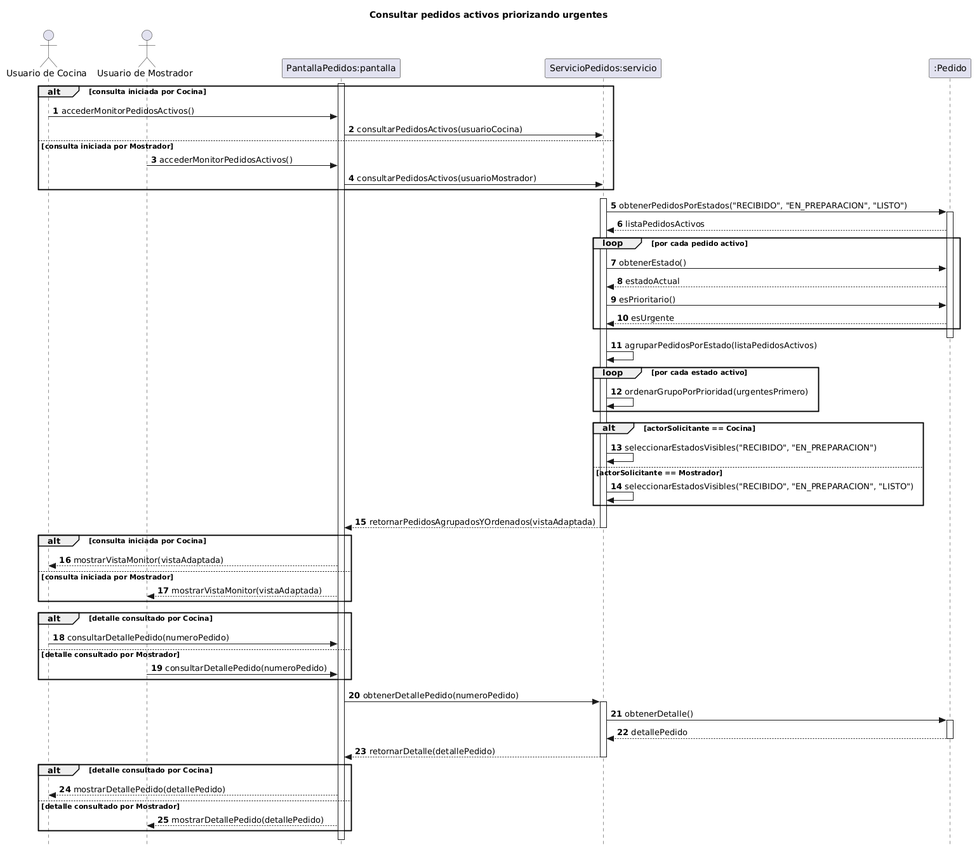
Before: diagramas/05-diagramas-secuencia/05-secuencia-consultar-pedidos-activos-prioridad-urgentes-05.png, a diagram exported from PlantUML (eloeyhe/SistemaPedidos).
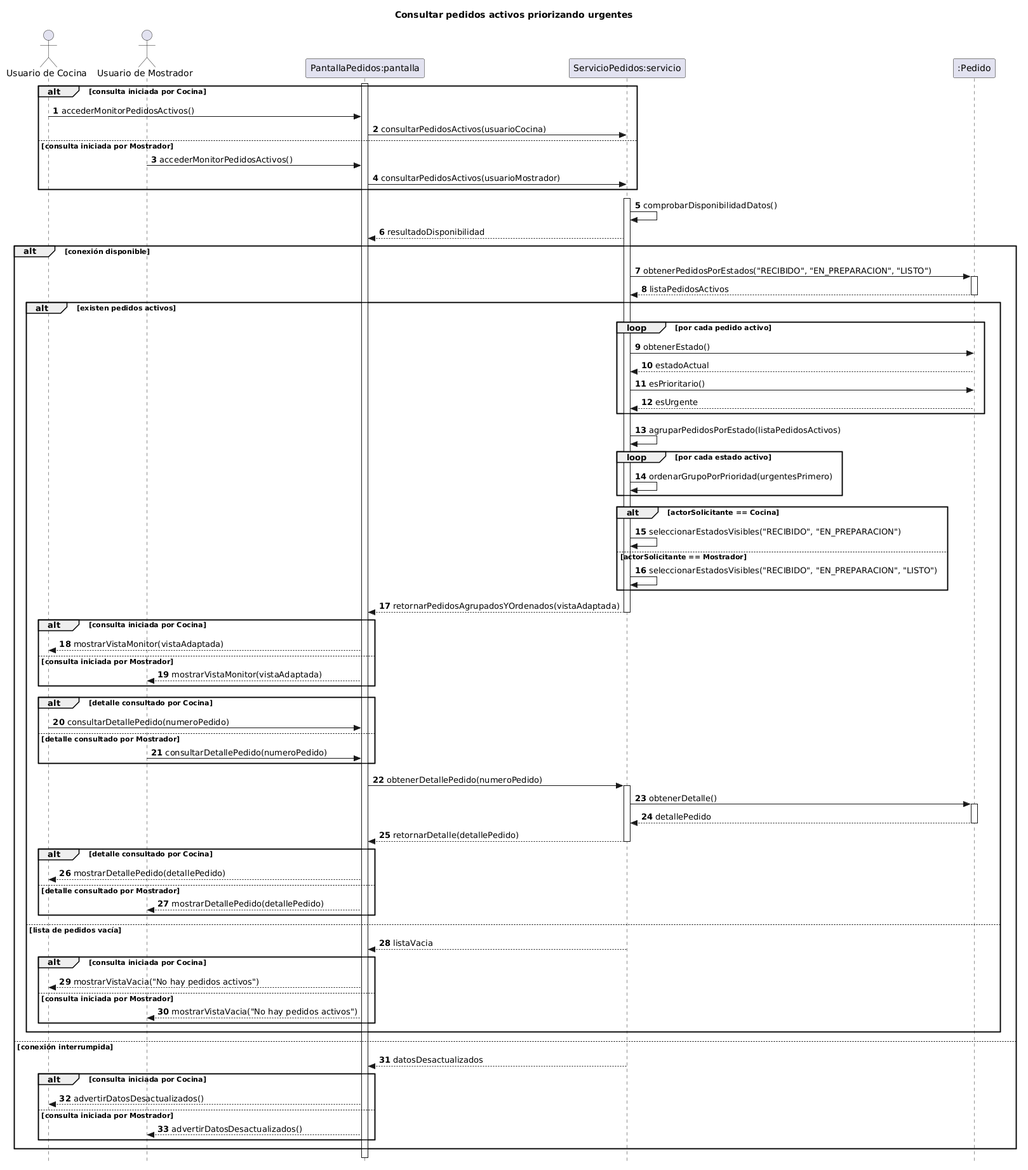
Later version of the same file.

Diff of the diagram source:
```diff
@@ -21,61 +21,81 @@
 end
 
 activate servicio
+servicio -> servicio : comprobarDisponibilidadDatos()
+servicio --> pantalla : resultadoDisponibilidad
 
-servicio -> pedido : obtenerPedidosPorEstados("RECIBIDO", "EN_PREPARACION", "LISTO")
-activate pedido
+alt conexión disponible
+    servicio -> pedido : obtenerPedidosPorEstados("RECIBIDO", "EN_PREPARACION", "LISTO")
+    activate pedido
+    pedido --> servicio : listaPedidosActivos
+    deactivate pedido
 
-pedido --> servicio : listaPedidosActivos
+    alt existen pedidos activos
+        loop por cada pedido activo
+            servicio -> pedido : obtenerEstado()
+            pedido --> servicio : estadoActual
+            servicio -> pedido : esPrioritario()
+            pedido --> servicio : esUrgente
+        end
 
-loop por cada pedido activo
-    servicio -> pedido : obtenerEstado()
-    pedido --> servicio : estadoActual
-    servicio -> pedido : esPrioritario()
-    pedido --> servicio : esUrgente
-end
-deactivate pedido
+        servicio -> servicio : agruparPedidosPorEstado(listaPedidosActivos)
+        loop por cada estado activo
+            servicio -> servicio : ordenarGrupoPorPrioridad(urgentesPrimero)
+        end
 
-servicio -> servicio : agruparPedidosPorEstado(listaPedidosActivos)
-loop por cada estado activo
-    servicio -> servicio : ordenarGrupoPorPrioridad(urgentesPrimero)
-end
+        alt actorSolicitante == Cocina
+            servicio -> servicio : seleccionarEstadosVisibles("RECIBIDO", "EN_PREPARACION")
+        else actorSolicitante == Mostrador
+            servicio -> servicio : seleccionarEstadosVisibles("RECIBIDO", "EN_PREPARACION", "LISTO")
+        end
 
-alt actorSolicitante == Cocina
-    servicio -> servicio : seleccionarEstadosVisibles("RECIBIDO", "EN_PREPARACION")
-else actorSolicitante == Mostrador
-    servicio -> servicio : seleccionarEstadosVisibles("RECIBIDO", "EN_PREPARACION", "LISTO")
-end
+        servicio --> pantalla : retornarPedidosAgrupadosYOrdenados(vistaAdaptada)
+        deactivate servicio
 
-servicio --> pantalla : retornarPedidosAgrupadosYOrdenados(vistaAdaptada)
-deactivate servicio
+        alt consulta iniciada por Cocina
+            pantalla --> usuarioCocina : mostrarVistaMonitor(vistaAdaptada)
+        else consulta iniciada por Mostrador
+            pantalla --> usuarioMostrador : mostrarVistaMonitor(vistaAdaptada)
+        end
 
-alt consulta iniciada por Cocina
-    pantalla --> usuarioCocina : mostrarVistaMonitor(vistaAdaptada)
-else consulta iniciada por Mostrador
-    pantalla --> usuarioMostrador : mostrarVistaMonitor(vistaAdaptada)
-end
+        alt detalle consultado por Cocina
+            usuarioCocina -> pantalla : consultarDetallePedido(numeroPedido)
+        else detalle consultado por Mostrador
+            usuarioMostrador -> pantalla : consultarDetallePedido(numeroPedido)
+        end
+        pantalla -> servicio : obtenerDetallePedido(numeroPedido)
+        activate servicio
 
-alt detalle consultado por Cocina
-    usuarioCocina -> pantalla : consultarDetallePedido(numeroPedido)
-else detalle consultado por Mostrador
-    usuarioMostrador -> pantalla : consultarDetallePedido(numeroPedido)
-end
-pantalla -> servicio : obtenerDetallePedido(numeroPedido)
-activate servicio
+        servicio -> pedido : obtenerDetalle()
+        activate pedido
+        pedido --> servicio : detallePedido
+        deactivate pedido
 
-servicio -> pedido : obtenerDetalle()
-activate pedido
+        servicio --> pantalla : retornarDetalle(detallePedido)
+        deactivate servicio
 
-pedido --> servicio : detallePedido
-deactivate pedido
-
-servicio --> pantalla : retornarDetalle(detallePedido)
-deactivate servicio
-
-alt detalle consultado por Cocina
-    pantalla --> usuarioCocina : mostrarDetallePedido(detallePedido)
-else detalle consultado por Mostrador
-    pantalla --> usuarioMostrador : mostrarDetallePedido(detallePedido)
+        alt detalle consultado por Cocina
+            pantalla --> usuarioCocina : mostrarDetallePedido(detallePedido)
+        else detalle consultado por Mostrador
+            pantalla --> usuarioMostrador : mostrarDetallePedido(detallePedido)
+        end
+    else lista de pedidos vacía
+        servicio --> pantalla : listaVacia
+        deactivate servicio
+        alt consulta iniciada por Cocina
+            pantalla --> usuarioCocina : mostrarVistaVacia("No hay pedidos activos")
+        else consulta iniciada por Mostrador
+            pantalla --> usuarioMostrador : mostrarVistaVacia("No hay pedidos activos")
+        end
+    end
+else conexión interrumpida
+    servicio --> pantalla : datosDesactualizados
+    deactivate servicio
+    alt consulta iniciada por Cocina
+        pantalla --> usuarioCocina : advertirDatosDesactualizados()
+    else consulta iniciada por Mostrador
+        pantalla --> usuarioMostrador : advertirDatosDesactualizados()
+    end
 end
 deactivate pantalla
 @enduml
```
